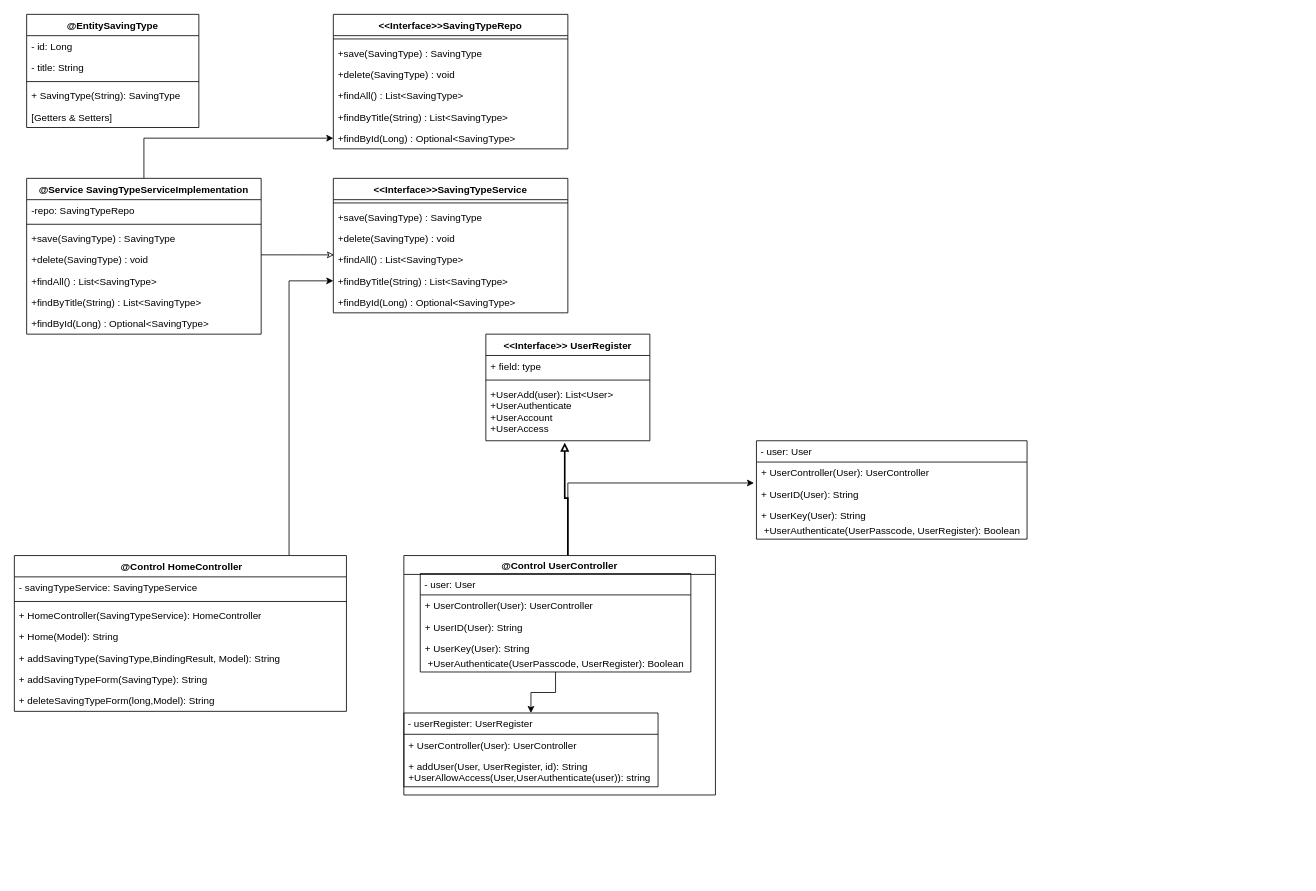
Above: UMLClassDiagram.drawio in THWinther/HugbunadarVerkfni1-Hopur27-BaraSpara (draw.io), before the change. Source tidied: cells renumbered, new cells numbered last; positions are measured from the earlier drawing's top-left corner, leaving out a move shared by most shapes. Both pictures are drawn from the tidied source at 82%, with x=0, y=0 at pixel (14, 14).
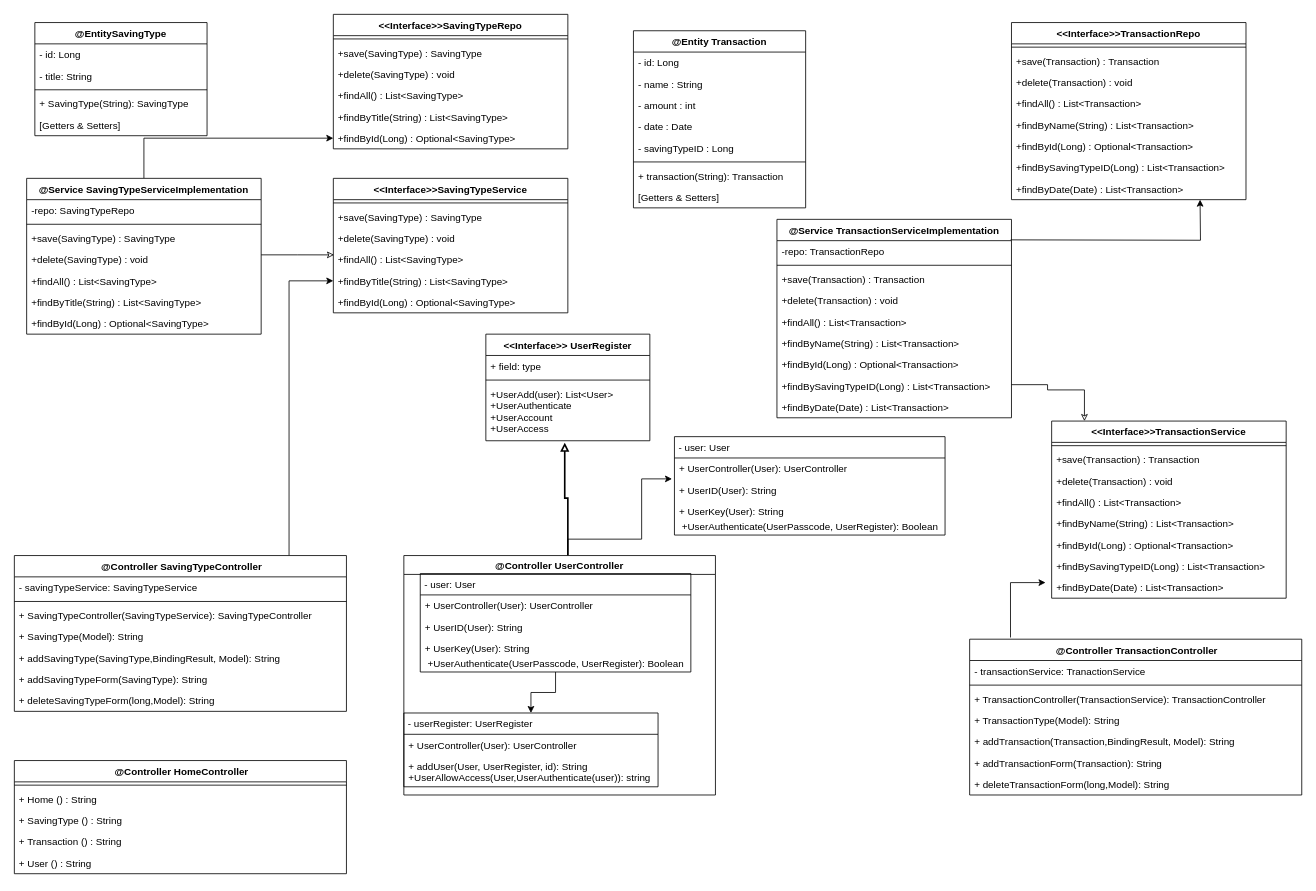
Above is the later version.

Commit message:
bætt við Transaction

The change refers to these unchanged cells:
```xml
<mxCell id="58" value="+ UserController(User): UserController" style="text;strokeColor=none;fillColor=none;align=left;verticalAlign=top;spacingLeft=4;spacingRight=4;overflow=hidden;points=[[0,0.5],[1,0.5]];portConstraint=eastwest;" parent="57" vertex="1">
  <mxGeometry y="26" width="330" height="26" as="geometry" />
</mxCell>
```

Diff of the diagram source:
```diff
@@
+    <mxCell id="35" value="@Entity Transaction" style="swimlane;fontStyle=1;align=center;verticalAlign=top;horizontal=1;startSize=26;" parent="1" vertex="1">
+      <mxGeometry x="755" y="20" width="210" height="216" as="geometry" />
+    </mxCell>
+    <mxCell id="36" value="- id: Long&#10;" style="text;strokeColor=none;fillColor=none;align=left;verticalAlign=top;spacingLeft=4;spacingRight=4;overflow=hidden;" parent="35" vertex="1">
+      <mxGeometry y="26" width="210" height="26" as="geometry" />
+    </mxCell>
+    <mxCell id="37" value="- name : String&#10;" style="text;strokeColor=none;fillColor=none;align=left;verticalAlign=top;spacingLeft=4;spacingRight=4;overflow=hidden;" parent="35" vertex="1">
+      <mxGeometry y="52" width="210" height="26" as="geometry" />
+    </mxCell>
+    <mxCell id="62" value="- amount : int" style="text;strokeColor=none;fillColor=none;align=left;verticalAlign=top;spacingLeft=4;spacingRight=4;overflow=hidden;" parent="35" vertex="1">
+      <mxGeometry y="78" width="210" height="26" as="geometry" />
+    </mxCell>
+    <mxCell id="63" value="- date : Date " style="text;strokeColor=none;fillColor=none;align=left;verticalAlign=top;spacingLeft=4;spacingRight=4;overflow=hidden;" parent="35" vertex="1">
+      <mxGeometry y="104" width="210" height="26" as="geometry" />
+    </mxCell>
+    <mxCell id="64" value="- savingTypeID : Long" style="text;strokeColor=none;fillColor=none;align=left;verticalAlign=top;spacingLeft=4;spacingRight=4;overflow=hidden;" parent="35" vertex="1">
+      <mxGeometry y="130" width="210" height="26" as="geometry" />
+    </mxCell>
+    <mxCell id="38" style="line;strokeWidth=1;fillColor=none;align=left;verticalAlign=middle;spacingTop=-1;spacingLeft=3;spacingRight=3;labelPosition=right;" parent="35" vertex="1">
+      <mxGeometry y="156" width="210" height="8" as="geometry" />
+    </mxCell>
+    <mxCell id="39" value="+ transaction(String): Transaction" style="text;strokeColor=none;fillColor=none;align=left;verticalAlign=top;spacingLeft=4;spacingRight=4;overflow=hidden;" parent="35" vertex="1">
+      <mxGeometry y="164" width="210" height="26" as="geometry" />
+    </mxCell>
+    <mxCell id="40" value="[Getters &amp; Setters]" style="text;strokeColor=none;fillColor=none;align=left;verticalAlign=top;spacingLeft=4;spacingRight=4;overflow=hidden;" parent="35" vertex="1">
+      <mxGeometry y="190" width="210" height="26" as="geometry" />
+    </mxCell>
+    <mxCell id="65" value="&lt;&lt;Interface&gt;&gt;TransactionRepo" style="swimlane;fontStyle=1;align=center;verticalAlign=top;horizontal=1;startSize=26;" parent="1" vertex="1">
+      <mxGeometry x="1216" y="10" width="286" height="216" as="geometry" />
+    </mxCell>
+    <mxCell id="66" style="line;strokeWidth=1;fillColor=none;align=left;verticalAlign=middle;spacingTop=-1;spacingLeft=3;spacingRight=3;labelPosition=right;" parent="65" vertex="1">
+      <mxGeometry y="26" width="286" height="8" as="geometry" />
+    </mxCell>
+    <mxCell id="67" value="+save(Transaction) : Transaction" style="text;strokeColor=none;fillColor=none;align=left;verticalAlign=top;spacingLeft=4;spacingRight=4;overflow=hidden;" parent="65" vertex="1">
+      <mxGeometry y="34" width="286" height="26" as="geometry" />
+    </mxCell>
+    <mxCell id="68" value="+delete(Transaction) : void" style="text;strokeColor=none;fillColor=none;align=left;verticalAlign=top;spacingLeft=4;spacingRight=4;overflow=hidden;" parent="65" vertex="1">
+      <mxGeometry y="60" width="286" height="26" as="geometry" />
+    </mxCell>
+    <mxCell id="69" value="+findAll() : List&lt;Transaction&gt;" style="text;strokeColor=none;fillColor=none;align=left;verticalAlign=top;spacingLeft=4;spacingRight=4;overflow=hidden;" parent="65" vertex="1">
+      <mxGeometry y="86" width="286" height="26" as="geometry" />
+    </mxCell>
+    <mxCell id="70" value="+findByName(String) : List&lt;Transaction&gt;" style="text;strokeColor=none;fillColor=none;align=left;verticalAlign=top;spacingLeft=4;spacingRight=4;overflow=hidden;" parent="65" vertex="1">
+      <mxGeometry y="112" width="286" height="26" as="geometry" />
+    </mxCell>
+    <mxCell id="71" value="+findById(Long) : Optional&lt;Transaction&gt;" style="text;strokeColor=none;fillColor=none;align=left;verticalAlign=top;spacingLeft=4;spacingRight=4;overflow=hidden;" parent="65" vertex="1">
+      <mxGeometry y="138" width="286" height="26" as="geometry" />
+    </mxCell>
+    <mxCell id="72" value="+findBySavingTypeID(Long) : List&lt;Transaction&gt;" style="text;strokeColor=none;fillColor=none;align=left;verticalAlign=top;spacingLeft=4;spacingRight=4;overflow=hidden;" parent="65" vertex="1">
+      <mxGeometry y="164" width="286" height="26" as="geometry" />
+    </mxCell>
+    <mxCell id="73" value="+findByDate(Date) : List&lt;Transaction&gt;" style="text;strokeColor=none;fillColor=none;align=left;verticalAlign=top;spacingLeft=4;spacingRight=4;overflow=hidden;" parent="65" vertex="1">
+      <mxGeometry y="190" width="286" height="26" as="geometry" />
+    </mxCell>
-    <mxCell id="3" value=" @Control HomeController" style="swimlane;fontStyle=1;align=center;verticalAlign=top;horizontal=1;startSize=26;" parent="1" vertex="1">
+    <mxCell id="3" value=" @Controller SavingTypeController" style="swimlane;fontStyle=1;align=center;verticalAlign=top;horizontal=1;startSize=26;" parent="1" vertex="1">
       <mxGeometry y="660" width="405" height="190" as="geometry" />
     </mxCell>
@@
-    <mxCell id="6" value="+ HomeController(SavingTypeService): HomeController" style="text;strokeColor=none;fillColor=none;align=left;verticalAlign=top;spacingLeft=4;spacingRight=4;overflow=hidden;" parent="3" vertex="1">
+    <mxCell id="6" value="+ SavingTypeController(SavingTypeService): SavingTypeController" style="text;strokeColor=none;fillColor=none;align=left;verticalAlign=top;spacingLeft=4;spacingRight=4;overflow=hidden;" parent="3" vertex="1">
       <mxGeometry y="60" width="405" height="26" as="geometry" />
     </mxCell>
-    <mxCell id="7" value="+ Home(Model): String" style="text;strokeColor=none;fillColor=none;align=left;verticalAlign=top;spacingLeft=4;spacingRight=4;overflow=hidden;" parent="3" vertex="1">
+    <mxCell id="7" value="+ SavingType(Model): String" style="text;strokeColor=none;fillColor=none;align=left;verticalAlign=top;spacingLeft=4;spacingRight=4;overflow=hidden;" parent="3" vertex="1">
       <mxGeometry y="86" width="405" height="26" as="geometry" />
     </mxCell>
@@
-    <mxCell id="35" value="@EntitySavingType" style="swimlane;fontStyle=1;align=center;verticalAlign=top;horizontal=1;startSize=26;" parent="1" vertex="1">
-      <mxGeometry x="15" width="210" height="138" as="geometry" />
-    </mxCell>
-    <mxCell id="36" value="- id: Long&#10;" style="text;strokeColor=none;fillColor=none;align=left;verticalAlign=top;spacingLeft=4;spacingRight=4;overflow=hidden;" parent="35" vertex="1">
-      <mxGeometry y="26" width="210" height="26" as="geometry" />
-    </mxCell>
-    <mxCell id="37" value="- title: String&#10;" style="text;strokeColor=none;fillColor=none;align=left;verticalAlign=top;spacingLeft=4;spacingRight=4;overflow=hidden;" parent="35" vertex="1">
-      <mxGeometry y="52" width="210" height="26" as="geometry" />
-    </mxCell>
-    <mxCell id="38" style="line;strokeWidth=1;fillColor=none;align=left;verticalAlign=middle;spacingTop=-1;spacingLeft=3;spacingRight=3;labelPosition=right;" parent="35" vertex="1">
-      <mxGeometry y="78" width="210" height="8" as="geometry" />
-    </mxCell>
-    <mxCell id="39" value="+ SavingType(String): SavingType" style="text;strokeColor=none;fillColor=none;align=left;verticalAlign=top;spacingLeft=4;spacingRight=4;overflow=hidden;" parent="35" vertex="1">
-      <mxGeometry y="86" width="210" height="26" as="geometry" />
-    </mxCell>
-    <mxCell id="40" value="[Getters &amp; Setters]" style="text;strokeColor=none;fillColor=none;align=left;verticalAlign=top;spacingLeft=4;spacingRight=4;overflow=hidden;" parent="35" vertex="1">
-      <mxGeometry y="112" width="210" height="26" as="geometry" />
-    </mxCell>
@@
     <mxCell id="46" style="edgeStyle=orthogonalEdgeStyle;rounded=0;jettySize=auto;html=1;entryX=-0.009;entryY=0.981;entryDx=0;entryDy=0;entryPerimeter=0;" parent="1" edge="1" source="47" target="58">
       <mxGeometry relative="1" as="geometry">
         <Array as="points">
-          <mxPoint x="675" y="572" />
-          <mxPoint x="902" y="572" />
+          <mxPoint x="675" y="640" />
+          <mxPoint x="765" y="640" />
+          <mxPoint x="765" y="567" />
         </Array>
       </mxGeometry>
     </mxCell>
-    <mxCell id="47" value="@Control UserController" style="swimlane;" parent="1" vertex="1">
+    <mxCell id="47" value="@Controller UserController" style="swimlane;" parent="1" vertex="1">
       <mxGeometry x="475" y="660" width="380" height="292" as="geometry" />
     </mxCell>
@@
+    <mxCell id="74" value="@Service TransactionServiceImplementation" style="swimlane;fontStyle=1;align=center;verticalAlign=top;horizontal=1;startSize=26;" parent="1" vertex="1">
+      <mxGeometry x="930" y="250" width="286" height="242" as="geometry" />
+    </mxCell>
+    <mxCell id="75" value="-repo: TransactionRepo" style="text;strokeColor=none;fillColor=none;align=left;verticalAlign=top;spacingLeft=4;spacingRight=4;overflow=hidden;" parent="74" vertex="1">
+      <mxGeometry y="26" width="286" height="26" as="geometry" />
+    </mxCell>
+    <mxCell id="76" style="line;strokeWidth=1;fillColor=none;align=left;verticalAlign=middle;spacingTop=-1;spacingLeft=3;spacingRight=3;labelPosition=right;" parent="74" vertex="1">
+      <mxGeometry y="52" width="286" height="8" as="geometry" />
+    </mxCell>
+    <mxCell id="77" value="+save(Transaction) : Transaction" style="text;strokeColor=none;fillColor=none;align=left;verticalAlign=top;spacingLeft=4;spacingRight=4;overflow=hidden;" parent="74" vertex="1">
+      <mxGeometry y="60" width="286" height="26" as="geometry" />
+    </mxCell>
+    <mxCell id="78" value="+delete(Transaction) : void" style="text;strokeColor=none;fillColor=none;align=left;verticalAlign=top;spacingLeft=4;spacingRight=4;overflow=hidden;" parent="74" vertex="1">
+      <mxGeometry y="86" width="286" height="26" as="geometry" />
+    </mxCell>
+    <mxCell id="79" value="+findAll() : List&lt;Transaction&gt;" style="text;strokeColor=none;fillColor=none;align=left;verticalAlign=top;spacingLeft=4;spacingRight=4;overflow=hidden;" parent="74" vertex="1">
+      <mxGeometry y="112" width="286" height="26" as="geometry" />
+    </mxCell>
+    <mxCell id="80" value="+findByName(String) : List&lt;Transaction&gt;" style="text;strokeColor=none;fillColor=none;align=left;verticalAlign=top;spacingLeft=4;spacingRight=4;overflow=hidden;" parent="74" vertex="1">
+      <mxGeometry y="138" width="286" height="26" as="geometry" />
+    </mxCell>
+    <mxCell id="81" value="+findById(Long) : Optional&lt;Transaction&gt;" style="text;strokeColor=none;fillColor=none;align=left;verticalAlign=top;spacingLeft=4;spacingRight=4;overflow=hidden;" parent="74" vertex="1">
+      <mxGeometry y="164" width="286" height="26" as="geometry" />
+    </mxCell>
+    <mxCell id="82" value="+findBySavingTypeID(Long) : List&lt;Transaction&gt;" style="text;strokeColor=none;fillColor=none;align=left;verticalAlign=top;spacingLeft=4;spacingRight=4;overflow=hidden;" parent="74" vertex="1">
+      <mxGeometry y="190" width="286" height="26" as="geometry" />
+    </mxCell>
+    <mxCell id="83" value="+findByDate(Date) : List&lt;Transaction&gt;" style="text;strokeColor=none;fillColor=none;align=left;verticalAlign=top;spacingLeft=4;spacingRight=4;overflow=hidden;" parent="74" vertex="1">
+      <mxGeometry y="216" width="286" height="26" as="geometry" />
+    </mxCell>
+    <mxCell id="84" value=" @Controller HomeController" style="swimlane;fontStyle=1;align=center;verticalAlign=top;horizontal=1;startSize=26;" parent="1" vertex="1">
+      <mxGeometry y="910" width="405" height="138" as="geometry" />
+    </mxCell>
+    <mxCell id="85" style="line;strokeWidth=1;fillColor=none;align=left;verticalAlign=middle;spacingTop=-1;spacingLeft=3;spacingRight=3;labelPosition=right;" parent="84" vertex="1">
+      <mxGeometry y="26" width="405" height="8" as="geometry" />
+    </mxCell>
+    <mxCell id="86" value="+ Home () : String" style="text;strokeColor=none;fillColor=none;align=left;verticalAlign=top;spacingLeft=4;spacingRight=4;overflow=hidden;" parent="84" vertex="1">
+      <mxGeometry y="34" width="405" height="26" as="geometry" />
+    </mxCell>
+    <mxCell id="87" value="+ SavingType () : String" style="text;strokeColor=none;fillColor=none;align=left;verticalAlign=top;spacingLeft=4;spacingRight=4;overflow=hidden;" parent="84" vertex="1">
+      <mxGeometry y="60" width="405" height="26" as="geometry" />
+    </mxCell>
+    <mxCell id="88" value="+ Transaction () : String" style="text;strokeColor=none;fillColor=none;align=left;verticalAlign=top;spacingLeft=4;spacingRight=4;overflow=hidden;" parent="84" vertex="1">
+      <mxGeometry y="86" width="405" height="26" as="geometry" />
+    </mxCell>
+    <mxCell id="89" value="+ User () : String" style="text;strokeColor=none;fillColor=none;align=left;verticalAlign=top;spacingLeft=4;spacingRight=4;overflow=hidden;" parent="84" vertex="1">
+      <mxGeometry y="112" width="405" height="26" as="geometry" />
+    </mxCell>
+    <mxCell id="90" value="@EntitySavingType" style="swimlane;fontStyle=1;align=center;verticalAlign=top;horizontal=1;startSize=26;" parent="1" vertex="1">
+      <mxGeometry x="25" y="10" width="210" height="138" as="geometry" />
+    </mxCell>
+    <mxCell id="91" value="- id: Long&#10;" style="text;strokeColor=none;fillColor=none;align=left;verticalAlign=top;spacingLeft=4;spacingRight=4;overflow=hidden;" parent="90" vertex="1">
+      <mxGeometry y="26" width="210" height="26" as="geometry" />
+    </mxCell>
+    <mxCell id="92" value="- title: String&#10;" style="text;strokeColor=none;fillColor=none;align=left;verticalAlign=top;spacingLeft=4;spacingRight=4;overflow=hidden;" parent="90" vertex="1">
+      <mxGeometry y="52" width="210" height="26" as="geometry" />
+    </mxCell>
+    <mxCell id="93" style="line;strokeWidth=1;fillColor=none;align=left;verticalAlign=middle;spacingTop=-1;spacingLeft=3;spacingRight=3;labelPosition=right;" parent="90" vertex="1">
+      <mxGeometry y="78" width="210" height="8" as="geometry" />
+    </mxCell>
+    <mxCell id="94" value="+ SavingType(String): SavingType" style="text;strokeColor=none;fillColor=none;align=left;verticalAlign=top;spacingLeft=4;spacingRight=4;overflow=hidden;" parent="90" vertex="1">
+      <mxGeometry y="86" width="210" height="26" as="geometry" />
+    </mxCell>
+    <mxCell id="95" value="[Getters &amp; Setters]" style="text;strokeColor=none;fillColor=none;align=left;verticalAlign=top;spacingLeft=4;spacingRight=4;overflow=hidden;" parent="90" vertex="1">
+      <mxGeometry y="112" width="210" height="26" as="geometry" />
+    </mxCell>
     <mxCell id="57" value=" - user: User" style="swimlane;fontStyle=0;horizontal=1;startSize=26;fillColor=none;align=left;" parent="1" vertex="1">
-      <mxGeometry x="905" y="520" width="330" height="120" as="geometry" />
+      <mxGeometry x="805" y="515" width="330" height="120" as="geometry" />
     </mxCell>
@@
+    <mxCell id="96" value=" @Controller TransactionController" style="swimlane;fontStyle=1;align=center;verticalAlign=top;horizontal=1;startSize=26;" parent="1" vertex="1">
+      <mxGeometry x="1165" y="762" width="405" height="190" as="geometry" />
+    </mxCell>
+    <mxCell id="97" value="- transactionService: TranactionService" style="text;strokeColor=none;fillColor=none;align=left;verticalAlign=top;spacingLeft=4;spacingRight=4;overflow=hidden;" parent="96" vertex="1">
+      <mxGeometry y="26" width="405" height="26" as="geometry" />
+    </mxCell>
+    <mxCell id="98" style="line;strokeWidth=1;fillColor=none;align=left;verticalAlign=middle;spacingTop=-1;spacingLeft=3;spacingRight=3;labelPosition=right;" parent="96" vertex="1">
+      <mxGeometry y="52" width="405" height="8" as="geometry" />
+    </mxCell>
+    <mxCell id="99" value="+ TransactionController(TransactionService): TransactionController" style="text;strokeColor=none;fillColor=none;align=left;verticalAlign=top;spacingLeft=4;spacingRight=4;overflow=hidden;" parent="96" vertex="1">
+      <mxGeometry y="60" width="405" height="26" as="geometry" />
+    </mxCell>
+    <mxCell id="100" value="+ TransactionType(Model): String" style="text;strokeColor=none;fillColor=none;align=left;verticalAlign=top;spacingLeft=4;spacingRight=4;overflow=hidden;" parent="96" vertex="1">
+      <mxGeometry y="86" width="405" height="26" as="geometry" />
+    </mxCell>
+    <mxCell id="101" value="+ addTransaction(Transaction,BindingResult, Model): String" style="text;strokeColor=none;fillColor=none;align=left;verticalAlign=top;spacingLeft=4;spacingRight=4;overflow=hidden;" parent="96" vertex="1">
+      <mxGeometry y="112" width="405" height="26" as="geometry" />
+    </mxCell>
+    <mxCell id="102" value="+ addTransactionForm(Transaction): String" style="text;strokeColor=none;fillColor=none;align=left;verticalAlign=top;spacingLeft=4;spacingRight=4;overflow=hidden;" parent="96" vertex="1">
+      <mxGeometry y="138" width="405" height="26" as="geometry" />
+    </mxCell>
+    <mxCell id="103" value="+ deleteTransactionForm(long,Model): String" style="text;strokeColor=none;fillColor=none;align=left;verticalAlign=top;spacingLeft=4;spacingRight=4;overflow=hidden;" parent="96" vertex="1">
+      <mxGeometry y="164" width="405" height="26" as="geometry" />
+    </mxCell>
+    <mxCell id="104" value="&lt;&lt;Interface&gt;&gt;TransactionService" style="swimlane;fontStyle=1;align=center;verticalAlign=top;horizontal=1;startSize=26;" parent="1" vertex="1">
+      <mxGeometry x="1265" y="496" width="286" height="216" as="geometry" />
+    </mxCell>
+    <mxCell id="105" style="line;strokeWidth=1;fillColor=none;align=left;verticalAlign=middle;spacingTop=-1;spacingLeft=3;spacingRight=3;labelPosition=right;" parent="104" vertex="1">
+      <mxGeometry y="26" width="286" height="8" as="geometry" />
+    </mxCell>
+    <mxCell id="106" value="+save(Transaction) : Transaction" style="text;strokeColor=none;fillColor=none;align=left;verticalAlign=top;spacingLeft=4;spacingRight=4;overflow=hidden;" parent="104" vertex="1">
+      <mxGeometry y="34" width="286" height="26" as="geometry" />
+    </mxCell>
+    <mxCell id="107" value="+delete(Transaction) : void" style="text;strokeColor=none;fillColor=none;align=left;verticalAlign=top;spacingLeft=4;spacingRight=4;overflow=hidden;" parent="104" vertex="1">
+      <mxGeometry y="60" width="286" height="26" as="geometry" />
+    </mxCell>
+    <mxCell id="108" value="+findAll() : List&lt;Transaction&gt;" style="text;strokeColor=none;fillColor=none;align=left;verticalAlign=top;spacingLeft=4;spacingRight=4;overflow=hidden;" parent="104" vertex="1">
+      <mxGeometry y="86" width="286" height="26" as="geometry" />
+    </mxCell>
+    <mxCell id="109" value="+findByName(String) : List&lt;Transaction&gt;" style="text;strokeColor=none;fillColor=none;align=left;verticalAlign=top;spacingLeft=4;spacingRight=4;overflow=hidden;" parent="104" vertex="1">
+      <mxGeometry y="112" width="286" height="26" as="geometry" />
+    </mxCell>
+    <mxCell id="110" value="+findById(Long) : Optional&lt;Transaction&gt;" style="text;strokeColor=none;fillColor=none;align=left;verticalAlign=top;spacingLeft=4;spacingRight=4;overflow=hidden;" parent="104" vertex="1">
+      <mxGeometry y="138" width="286" height="26" as="geometry" />
+    </mxCell>
+    <mxCell id="111" value="+findBySavingTypeID(Long) : List&lt;Transaction&gt;" style="text;strokeColor=none;fillColor=none;align=left;verticalAlign=top;spacingLeft=4;spacingRight=4;overflow=hidden;" parent="104" vertex="1">
+      <mxGeometry y="164" width="286" height="26" as="geometry" />
+    </mxCell>
+    <mxCell id="112" value="+findByDate(Date) : List&lt;Transaction&gt;" style="text;strokeColor=none;fillColor=none;align=left;verticalAlign=top;spacingLeft=4;spacingRight=4;overflow=hidden;points=[[0,0.5],[1,0.5]];portConstraint=eastwest;" parent="104" vertex="1">
+      <mxGeometry y="190" width="286" height="26" as="geometry" />
+    </mxCell>
+    <mxCell id="113" style="edgeStyle=orthogonalEdgeStyle;rounded=0;jettySize=auto;html=1;entryX=-0.026;entryY=0.269;entryDx=0;entryDy=0;entryPerimeter=0;exitX=0.123;exitY=-0.011;exitDx=0;exitDy=0;exitPerimeter=0;" parent="1" edge="1" source="96" target="112">
+      <mxGeometry relative="1" as="geometry" />
+    </mxCell>
+    <mxCell id="114" style="edgeStyle=orthogonalEdgeStyle;rounded=0;jettySize=auto;html=1;endArrow=classic;endFill=0;" parent="1" edge="1" target="104">
+      <mxGeometry relative="1" as="geometry">
+        <mxPoint x="1216" y="451.6" as="sourcePoint" />
+        <Array as="points">
+          <mxPoint x="1260" y="452" />
+          <mxPoint x="1260" y="458" />
+          <mxPoint x="1305" y="458" />
+        </Array>
+      </mxGeometry>
+    </mxCell>
+    <mxCell id="115" style="edgeStyle=orthogonalEdgeStyle;rounded=0;orthogonalLoop=1;jettySize=auto;html=1;entryX=0;entryY=0.5;entryDx=0;entryDy=0;" parent="1" edge="1">
+      <mxGeometry relative="1" as="geometry">
+        <mxPoint x="1215" y="275" as="sourcePoint" />
+        <mxPoint x="1446" y="226" as="targetPoint" />
+      </mxGeometry>
+    </mxCell>
```
